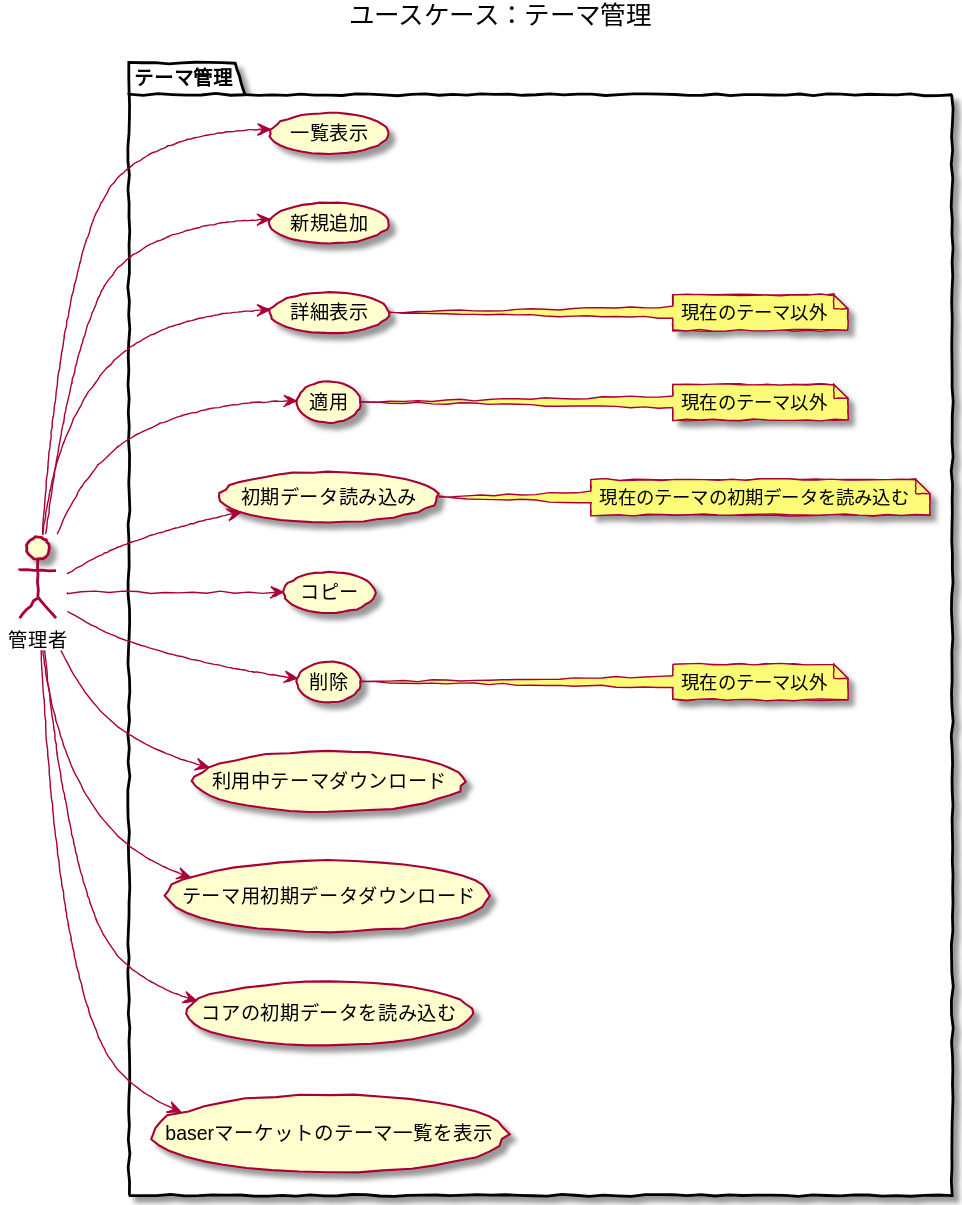
Before: 5/ucmitz/svg/use_case/themes.svg, a diagram exported from PlantUML (baserproject/baserproject.github.io). Its source is kept beside it as src/puml/5/ucmitz/svg/use_case/themes.puml.
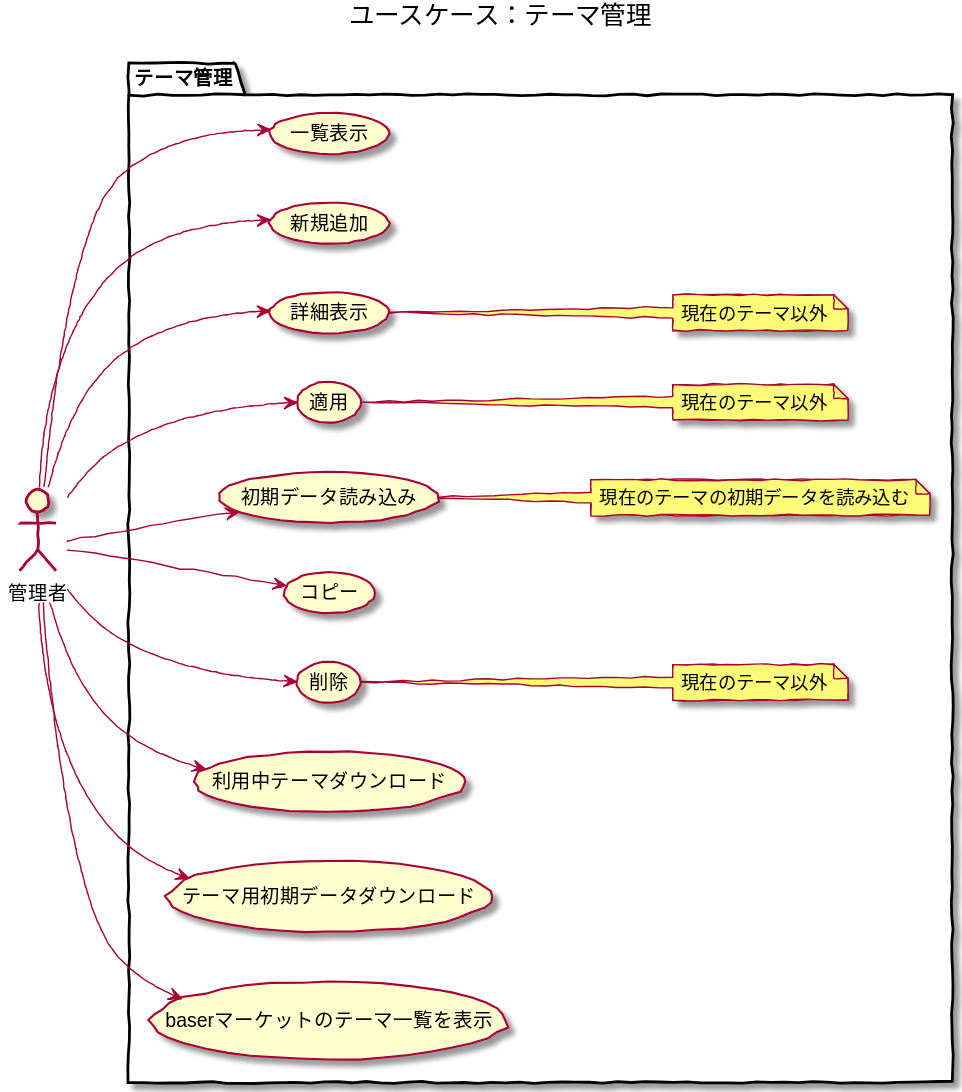
The same file after the commit.

Diff of the diagram source:
```diff
@@ -18,7 +18,6 @@
 	管理者 -down-> (削除)
 	管理者 -down-> (利用中テーマダウンロード)
 	管理者 -down-> (テーマ用初期データダウンロード)
-	管理者 -down-> (コアの初期データを読み込む)
 	管理者 -down-> (baserマーケットのテーマ一覧を表示)
 	note right of 初期データ読み込み
 	現在のテーマの初期データを読み込む
```
